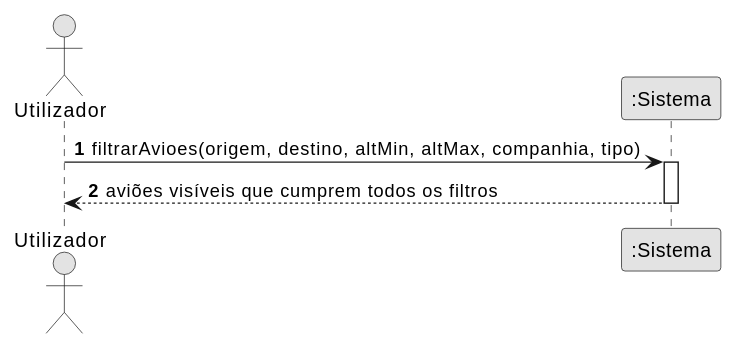
Before: docs/system-documentation/use-cases/US08/svg/ssd_us08.svg, a diagram exported from PlantUML (miguelsiilva1/SkyTracer).
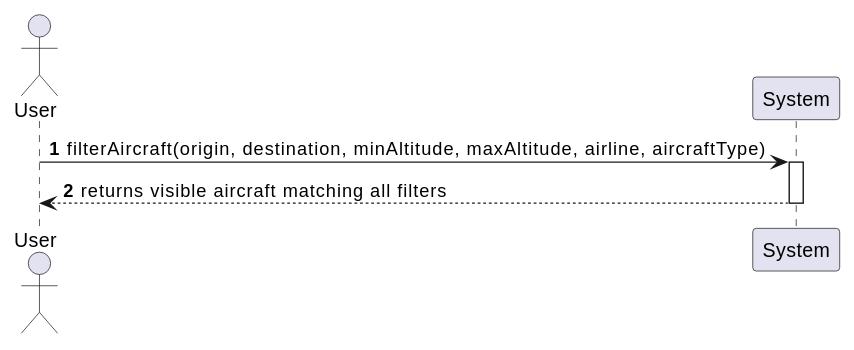
The same diagram one commit later.

Change to the diagram source:
```diff
@@ -1,11 +1,10 @@
 @startuml
 autonumber
-skinparam monochrome true
-actor "Utilizador" as U
-participant ":Sistema" as S
+actor "User" as A
+participant "System" as S
 
-U -> S : filtrarAvioes(origem, destino, altMin, altMax, companhia, tipo)
+A -> S : filterAircraft(origin, destination, minAltitude, maxAltitude, airline, aircraftType)
 activate S
-S --> U : aviões visíveis que cumprem todos os filtros
+S --> A : returns visible aircraft matching all filters
 deactivate S
 @enduml
```
